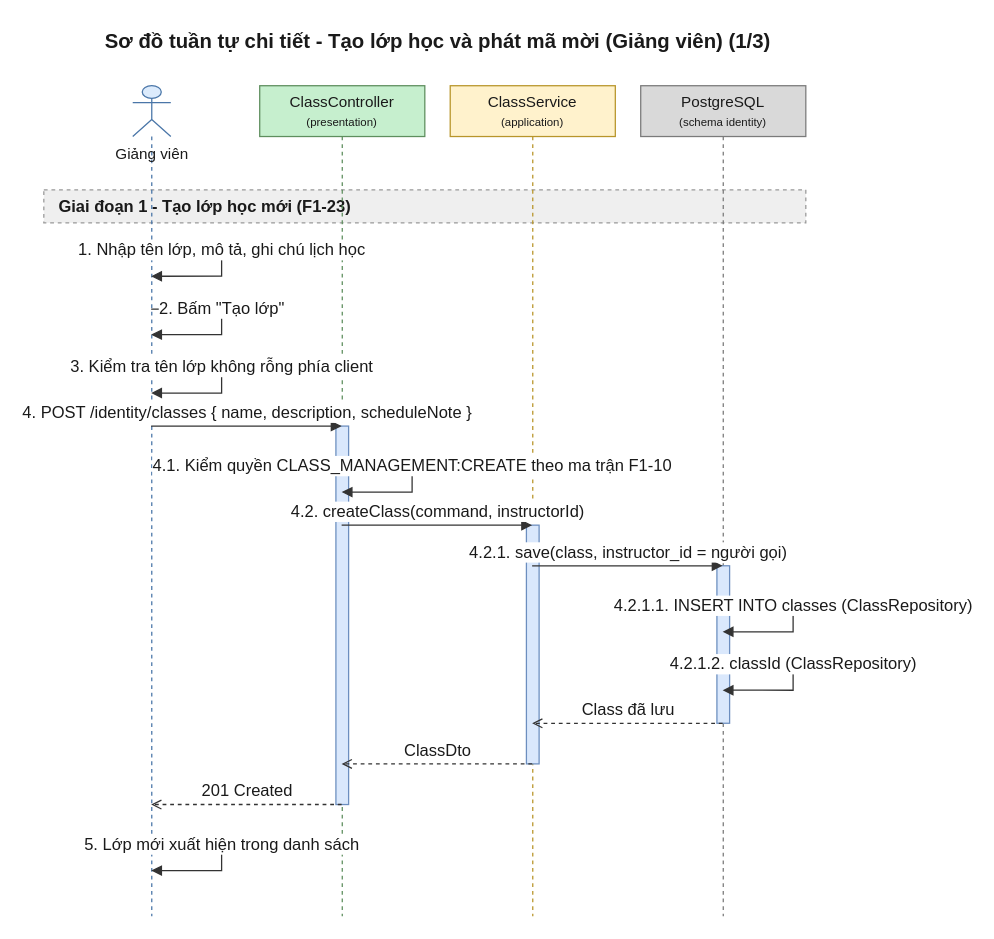
Before: 08-diagram/sequence/gv/sequence_gv_tao_lop_va_ma_moi_p1.drawio in daiphu1801/PRJ_ALGOPREP, a draw.io diagram. Source tidied: cells renumbered, new cells numbered last; positions are measured from the earlier drawing's top-left corner, leaving out a move shared by most shapes. Both pictures are drawn from the tidied source at 127%, with x=0, y=0 at pixel (43, 22).
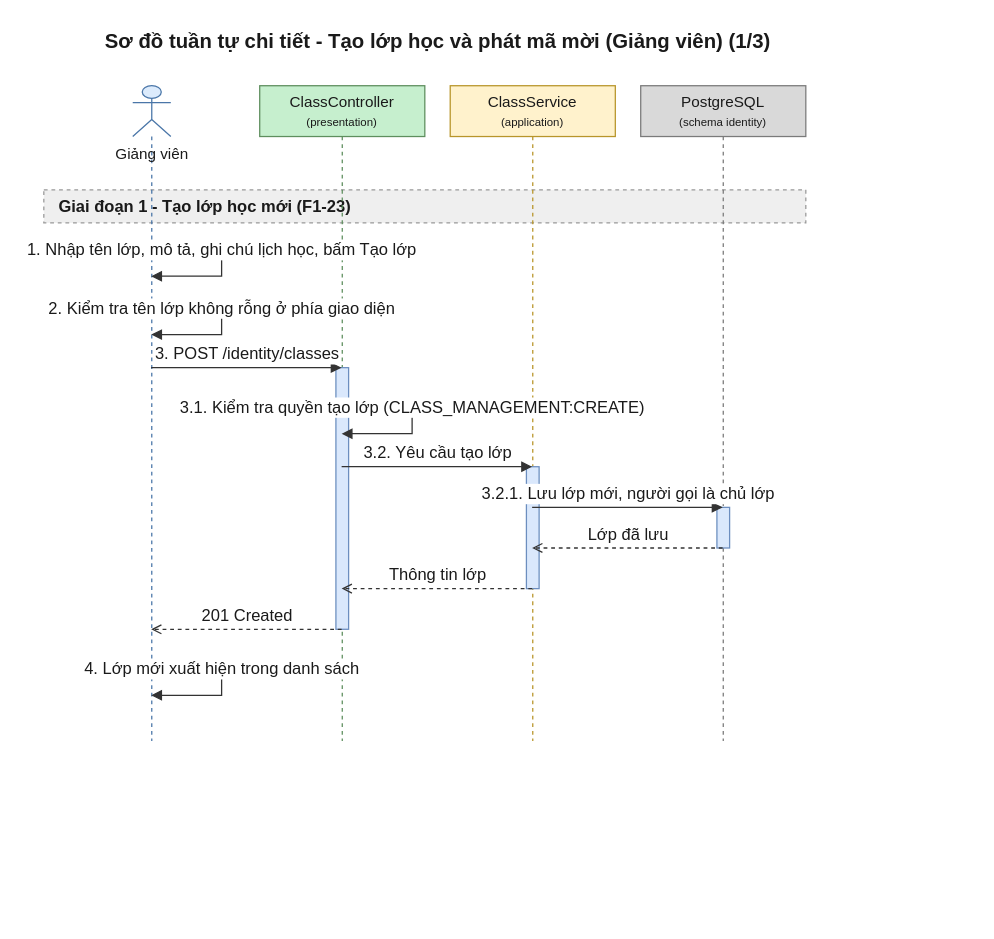
The same diagram, later.

The edit, as a diff of the source:
```diff
@@
     <mxCell id="4" value="Giảng viên" style="shape=umlLifeline;participant=umlActor;perimeter=lifelinePerimeter;html=1;outlineConnect=0;size=40;verticalAlign=top;spacingTop=40;fillColor=#DCEBFC;strokeColor=#4A76A8;fontColor=#1A1A1A;" parent="1" vertex="1">
-      <mxGeometry x="70" y="50" width="30" height="654" as="geometry" />
+      <mxGeometry x="70" y="50" width="30" height="516" as="geometry" />
     </mxCell>
     <mxCell id="5" value="ClassController&lt;br&gt;&lt;font style=&quot;font-size:9px&quot;&gt;(presentation)&lt;/font&gt;" style="shape=umlLifeline;perimeter=lifelinePerimeter;whiteSpace=wrap;html=1;outlineConnect=0;size=40;fillColor=#C6EFCE;strokeColor=#5E8E5E;fontColor=#1A1A1A;" parent="1" vertex="1">
-      <mxGeometry x="170" y="50" width="130" height="654" as="geometry" />
+      <mxGeometry x="170" y="50" width="130" height="516" as="geometry" />
     </mxCell>
     <mxCell id="6" value="ClassService&lt;br&gt;&lt;font style=&quot;font-size:9px&quot;&gt;(application)&lt;/font&gt;" style="shape=umlLifeline;perimeter=lifelinePerimeter;whiteSpace=wrap;html=1;outlineConnect=0;size=40;fillColor=#FFF2CC;strokeColor=#B8952A;fontColor=#1A1A1A;" parent="1" vertex="1">
-      <mxGeometry x="320" y="50" width="130" height="654" as="geometry" />
+      <mxGeometry x="320" y="50" width="130" height="516" as="geometry" />
     </mxCell>
     <mxCell id="7" value="PostgreSQL&lt;br&gt;&lt;font style=&quot;font-size:9px&quot;&gt;(schema identity)&lt;/font&gt;" style="shape=umlLifeline;perimeter=lifelinePerimeter;whiteSpace=wrap;html=1;outlineConnect=0;size=40;fillColor=#D9D9D9;strokeColor=#7A7A7A;fontColor=#1A1A1A;" parent="1" vertex="1">
-      <mxGeometry x="470" y="50" width="130" height="654" as="geometry" />
+      <mxGeometry x="470" y="50" width="130" height="516" as="geometry" />
     </mxCell>
     <mxCell id="8" style="html=1;perimeter=orthogonalPerimeter;targetShapes=umlLifeline;fillColor=#DAE8FC;strokeColor=#6C8EBF;" parent="7" vertex="1">
-      <mxGeometry x="60" y="378" width="10" height="124" as="geometry" />
+      <mxGeometry x="60" y="332" width="10" height="32" as="geometry" />
     </mxCell>
     <mxCell id="9" style="html=1;perimeter=orthogonalPerimeter;targetShapes=umlLifeline;fillColor=#DAE8FC;strokeColor=#6C8EBF;" parent="6" vertex="1">
-      <mxGeometry x="60" y="346" width="10" height="188" as="geometry" />
+      <mxGeometry x="60" y="300" width="10" height="96" as="geometry" />
     </mxCell>
     <mxCell id="10" style="html=1;perimeter=orthogonalPerimeter;targetShapes=umlLifeline;fillColor=#DAE8FC;strokeColor=#6C8EBF;" parent="5" vertex="1">
-      <mxGeometry x="60" y="268" width="10" height="298" as="geometry" />
+      <mxGeometry x="60" y="222" width="10" height="206" as="geometry" />
     </mxCell>
-    <mxCell id="11" value="1. Nhập tên lớp, mô tả, ghi chú lịch học" style="edgeStyle=orthogonalEdgeStyle;rounded=0;html=1;endArrow=block;endFill=1;strokeColor=#333333;fontColor=#1A1A1A;fontSize=13;verticalAlign=bottom;exitX=0.5;exitY=0.1988;exitDx=0;exitDy=0;entryX=0.5;entryY=0.2294;entryDx=0;entryDy=0;" parent="1" edge="1" source="4" target="4">
+    <mxCell id="11" value="1. Nhập tên lớp, mô tả, ghi chú lịch học, bấm Tạo lớp" style="edgeStyle=orthogonalEdgeStyle;rounded=0;html=1;endArrow=block;endFill=1;strokeColor=#333333;fontColor=#1A1A1A;fontSize=13;verticalAlign=bottom;exitX=0.5;exitY=0.2519;exitDx=0;exitDy=0;entryX=0.5;entryY=0.2907;entryDx=0;entryDy=0;" parent="1" edge="1" source="4" target="4">
       <mxGeometry relative="1" as="geometry">
         <Array as="points">
           <mxPoint x="140" y="180" />
           <mxPoint x="140" y="200" />
         </Array>
       </mxGeometry>
     </mxCell>
-    <mxCell id="12" value="2. Bấm &quot;Tạo lớp&quot;" style="edgeStyle=orthogonalEdgeStyle;rounded=0;html=1;endArrow=block;endFill=1;strokeColor=#333333;fontColor=#1A1A1A;fontSize=13;verticalAlign=bottom;exitX=0.5;exitY=0.2691;exitDx=0;exitDy=0;entryX=0.5;entryY=0.2997;entryDx=0;entryDy=0;" parent="1" edge="1" source="4" target="4">
+    <mxCell id="12" value="2. Kiểm tra tên lớp không rỗng ở phía giao diện" style="edgeStyle=orthogonalEdgeStyle;rounded=0;html=1;endArrow=block;endFill=1;strokeColor=#333333;fontColor=#1A1A1A;fontSize=13;verticalAlign=bottom;exitX=0.5;exitY=0.3411;exitDx=0;exitDy=0;entryX=0.5;entryY=0.3798;entryDx=0;entryDy=0;" parent="1" edge="1" source="4" target="4">
       <mxGeometry relative="1" as="geometry">
         <Array as="points">
           <mxPoint x="140" y="226" />
           <mxPoint x="140" y="246" />
         </Array>
       </mxGeometry>
     </mxCell>
-    <mxCell id="13" value="3. Kiểm tra tên lớp không rỗng phía client" style="edgeStyle=orthogonalEdgeStyle;rounded=0;html=1;endArrow=block;endFill=1;strokeColor=#333333;fontColor=#1A1A1A;fontSize=13;verticalAlign=bottom;exitX=0.5;exitY=0.3394;exitDx=0;exitDy=0;entryX=0.5;entryY=0.3700;entryDx=0;entryDy=0;" parent="1" edge="1" source="4" target="4">
-      <mxGeometry relative="1" as="geometry">
-        <Array as="points">
-          <mxPoint x="140" y="272" />
-          <mxPoint x="140" y="292" />
-        </Array>
-      </mxGeometry>
+    <mxCell id="13" value="3. POST /identity/classes" style="edgeStyle=none;html=1;endArrow=block;endFill=1;strokeColor=#333333;fontColor=#1A1A1A;fontSize=13;verticalAlign=bottom;exitX=0.5;exitY=0.4302;exitDx=0;exitDy=0;entryX=0.5;entryY=0.4302;entryDx=0;entryDy=0;" parent="1" edge="1" source="4" target="5">
+      <mxGeometry relative="1" as="geometry" />
     </mxCell>
-    <mxCell id="14" value="4. POST /identity/classes { name, description, scheduleNote }" style="edgeStyle=none;html=1;endArrow=block;endFill=1;strokeColor=#333333;fontColor=#1A1A1A;fontSize=13;verticalAlign=bottom;exitX=0.5;exitY=0.4098;exitDx=0;exitDy=0;entryX=0.5;entryY=0.4098;entryDx=0;entryDy=0;" parent="1" edge="1" source="4" target="5">
-      <mxGeometry relative="1" as="geometry" />
+    <mxCell id="14" value="3.1. Kiểm tra quyền tạo lớp (CLASS_MANAGEMENT:CREATE)" style="edgeStyle=orthogonalEdgeStyle;rounded=0;html=1;endArrow=block;endFill=1;strokeColor=#333333;fontColor=#1A1A1A;fontSize=13;verticalAlign=bottom;exitX=0.5;exitY=0.4922;exitDx=0;exitDy=0;entryX=0.5;entryY=0.5310;entryDx=0;entryDy=0;" parent="1" edge="1" source="5" target="5">
+      <mxGeometry relative="1" as="geometry">
+        <Array as="points">
+          <mxPoint x="290" y="304" />
+          <mxPoint x="290" y="324" />
+        </Array>
+      </mxGeometry>
     </mxCell>
-    <mxCell id="15" value="4.1. Kiểm quyền CLASS_MANAGEMENT:CREATE theo ma trận F1-10" style="edgeStyle=orthogonalEdgeStyle;rounded=0;html=1;endArrow=block;endFill=1;strokeColor=#333333;fontColor=#1A1A1A;fontSize=13;verticalAlign=bottom;exitX=0.5;exitY=0.4587;exitDx=0;exitDy=0;entryX=0.5;entryY=0.4893;entryDx=0;entryDy=0;" parent="1" edge="1" source="5" target="5">
-      <mxGeometry relative="1" as="geometry">
-        <Array as="points">
-          <mxPoint x="290" y="350" />
-          <mxPoint x="290" y="370" />
-        </Array>
-      </mxGeometry>
+    <mxCell id="15" value="3.2. Yêu cầu tạo lớp" style="edgeStyle=none;html=1;endArrow=block;endFill=1;strokeColor=#333333;fontColor=#1A1A1A;fontSize=13;verticalAlign=bottom;exitX=0.5;exitY=0.5814;exitDx=0;exitDy=0;entryX=0.5;entryY=0.5814;entryDx=0;entryDy=0;" parent="1" edge="1" source="5" target="6">
+      <mxGeometry relative="1" as="geometry" />
     </mxCell>
-    <mxCell id="16" value="4.2. createClass(command, instructorId)" style="edgeStyle=none;html=1;endArrow=block;endFill=1;strokeColor=#333333;fontColor=#1A1A1A;fontSize=13;verticalAlign=bottom;exitX=0.5;exitY=0.5291;exitDx=0;exitDy=0;entryX=0.5;entryY=0.5291;entryDx=0;entryDy=0;" parent="1" edge="1" source="5" target="6">
+    <mxCell id="16" value="3.2.1. Lưu lớp mới, người gọi là chủ lớp" style="edgeStyle=none;html=1;endArrow=block;endFill=1;strokeColor=#333333;fontColor=#1A1A1A;fontSize=13;verticalAlign=bottom;exitX=0.5;exitY=0.6434;exitDx=0;exitDy=0;entryX=0.5;entryY=0.6434;entryDx=0;entryDy=0;" parent="1" edge="1" source="6" target="7">
       <mxGeometry relative="1" as="geometry" />
     </mxCell>
-    <mxCell id="17" value="4.2.1. save(class, instructor_id = người gọi)" style="edgeStyle=none;html=1;endArrow=block;endFill=1;strokeColor=#333333;fontColor=#1A1A1A;fontSize=13;verticalAlign=bottom;exitX=0.5;exitY=0.5780;exitDx=0;exitDy=0;entryX=0.5;entryY=0.5780;entryDx=0;entryDy=0;" parent="1" edge="1" source="6" target="7">
+    <mxCell id="17" value="Lớp đã lưu" style="edgeStyle=none;html=1;endArrow=open;endFill=0;dashed=1;strokeColor=#333333;fontColor=#1A1A1A;fontSize=13;verticalAlign=bottom;exitX=0.5;exitY=0.7054;exitDx=0;exitDy=0;entryX=0.5;entryY=0.7054;entryDx=0;entryDy=0;" parent="1" edge="1" source="7" target="6">
       <mxGeometry relative="1" as="geometry" />
     </mxCell>
-    <mxCell id="18" value="4.2.1.1. INSERT INTO classes (ClassRepository)" style="edgeStyle=orthogonalEdgeStyle;rounded=0;html=1;endArrow=block;endFill=1;strokeColor=#333333;fontColor=#1A1A1A;fontSize=13;verticalAlign=bottom;exitX=0.5;exitY=0.6269;exitDx=0;exitDy=0;entryX=0.5;entryY=0.6575;entryDx=0;entryDy=0;" parent="1" edge="1" source="7" target="7">
-      <mxGeometry relative="1" as="geometry">
-        <Array as="points">
-          <mxPoint x="590" y="460" />
-          <mxPoint x="590" y="480" />
-        </Array>
-      </mxGeometry>
+    <mxCell id="18" value="Thông tin lớp" style="edgeStyle=none;html=1;endArrow=open;endFill=0;dashed=1;strokeColor=#333333;fontColor=#1A1A1A;fontSize=13;verticalAlign=bottom;exitX=0.5;exitY=0.7674;exitDx=0;exitDy=0;entryX=0.5;entryY=0.7674;entryDx=0;entryDy=0;" parent="1" edge="1" source="6" target="5">
+      <mxGeometry relative="1" as="geometry" />
     </mxCell>
-    <mxCell id="19" value="4.2.1.2. classId (ClassRepository)" style="edgeStyle=orthogonalEdgeStyle;rounded=0;html=1;endArrow=block;endFill=1;strokeColor=#333333;fontColor=#1A1A1A;fontSize=13;verticalAlign=bottom;exitX=0.5;exitY=0.6972;exitDx=0;exitDy=0;entryX=0.5;entryY=0.7278;entryDx=0;entryDy=0;" parent="1" edge="1" source="7" target="7">
-      <mxGeometry relative="1" as="geometry">
-        <Array as="points">
-          <mxPoint x="590" y="506" />
-          <mxPoint x="590" y="526" />
-        </Array>
-      </mxGeometry>
+    <mxCell id="19" value="201 Created" style="edgeStyle=none;html=1;endArrow=open;endFill=0;dashed=1;strokeColor=#333333;fontColor=#1A1A1A;fontSize=13;verticalAlign=bottom;exitX=0.5;exitY=0.8295;exitDx=0;exitDy=0;entryX=0.5;entryY=0.8295;entryDx=0;entryDy=0;" parent="1" edge="1" source="5" target="4">
+      <mxGeometry relative="1" as="geometry" />
     </mxCell>
-    <mxCell id="20" value="Class đã lưu" style="edgeStyle=none;html=1;endArrow=open;endFill=0;dashed=1;strokeColor=#333333;fontColor=#1A1A1A;fontSize=13;verticalAlign=bottom;exitX=0.5;exitY=0.7676;exitDx=0;exitDy=0;entryX=0.5;entryY=0.7676;entryDx=0;entryDy=0;" parent="1" edge="1" source="7" target="6">
-      <mxGeometry relative="1" as="geometry" />
+    <mxCell id="20" value="4. Lớp mới xuất hiện trong danh sách" style="edgeStyle=orthogonalEdgeStyle;rounded=0;html=1;endArrow=block;endFill=1;strokeColor=#333333;fontColor=#1A1A1A;fontSize=13;verticalAlign=bottom;exitX=0.5;exitY=0.8915;exitDx=0;exitDy=0;entryX=0.5;entryY=0.9302;entryDx=0;entryDy=0;" parent="1" edge="1" source="4" target="4">
+      <mxGeometry relative="1" as="geometry">
+        <Array as="points">
+          <mxPoint x="140" y="510" />
+          <mxPoint x="140" y="530" />
+        </Array>
+      </mxGeometry>
     </mxCell>
-    <mxCell id="21" value="ClassDto" style="edgeStyle=none;html=1;endArrow=open;endFill=0;dashed=1;strokeColor=#333333;fontColor=#1A1A1A;fontSize=13;verticalAlign=bottom;exitX=0.5;exitY=0.8165;exitDx=0;exitDy=0;entryX=0.5;entryY=0.8165;entryDx=0;entryDy=0;" parent="1" edge="1" source="6" target="5">
-      <mxGeometry relative="1" as="geometry" />
-    </mxCell>
-    <mxCell id="22" value="201 Created" style="edgeStyle=none;html=1;endArrow=open;endFill=0;dashed=1;strokeColor=#333333;fontColor=#1A1A1A;fontSize=13;verticalAlign=bottom;exitX=0.5;exitY=0.8654;exitDx=0;exitDy=0;entryX=0.5;entryY=0.8654;entryDx=0;entryDy=0;" parent="1" edge="1" source="5" target="4">
-      <mxGeometry relative="1" as="geometry" />
-    </mxCell>
-    <mxCell id="23" value="5. Lớp mới xuất hiện trong danh sách" style="edgeStyle=orthogonalEdgeStyle;rounded=0;html=1;endArrow=block;endFill=1;strokeColor=#333333;fontColor=#1A1A1A;fontSize=13;verticalAlign=bottom;exitX=0.5;exitY=0.9144;exitDx=0;exitDy=0;entryX=0.5;entryY=0.9450;entryDx=0;entryDy=0;" parent="1" edge="1" source="4" target="4">
-      <mxGeometry relative="1" as="geometry">
-        <Array as="points">
-          <mxPoint x="140" y="648" />
-          <mxPoint x="140" y="668" />
-        </Array>
-      </mxGeometry>
-    </mxCell>
```
